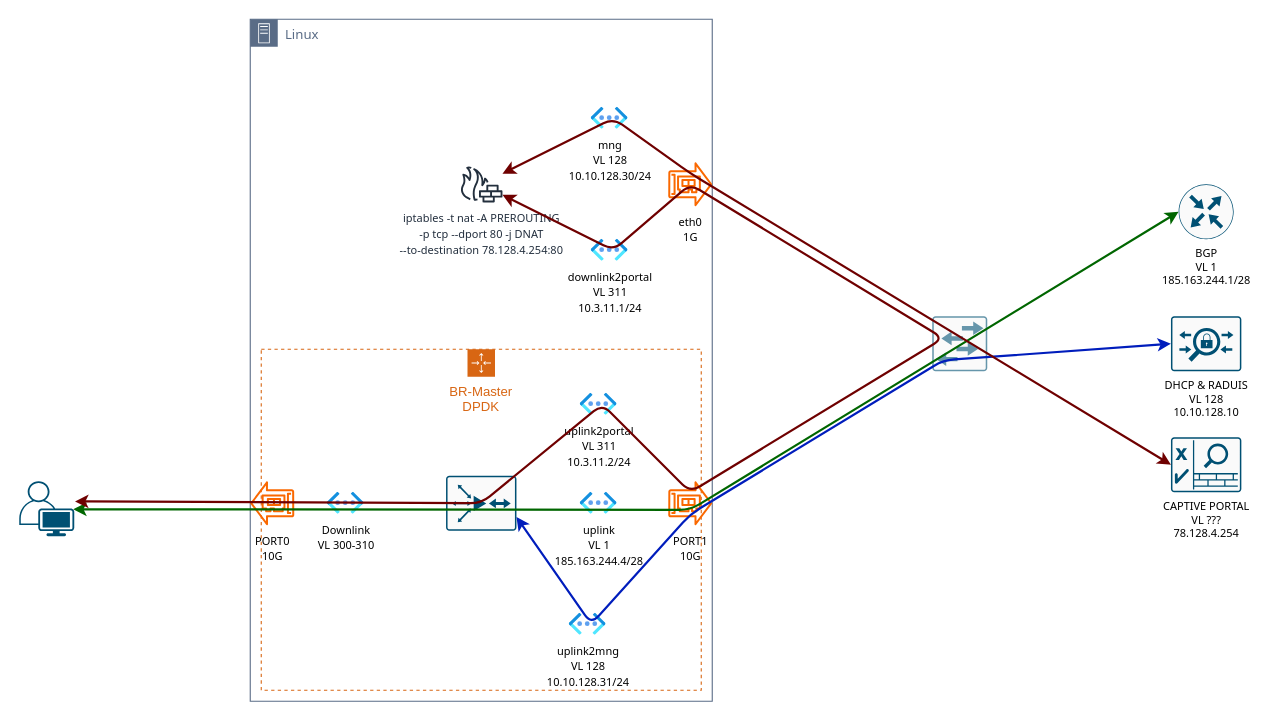
This is production plan.drawio from djok/bisonRouter, a draw.io file, before an edit. Source tidied: cells renumbered, new cells numbered last; positions are measured from the earlier drawing's top-left corner, leaving out a move shared by most shapes. Both pictures are drawn from the tidied source at 110%, with x=0, y=0 at pixel (19, 19).
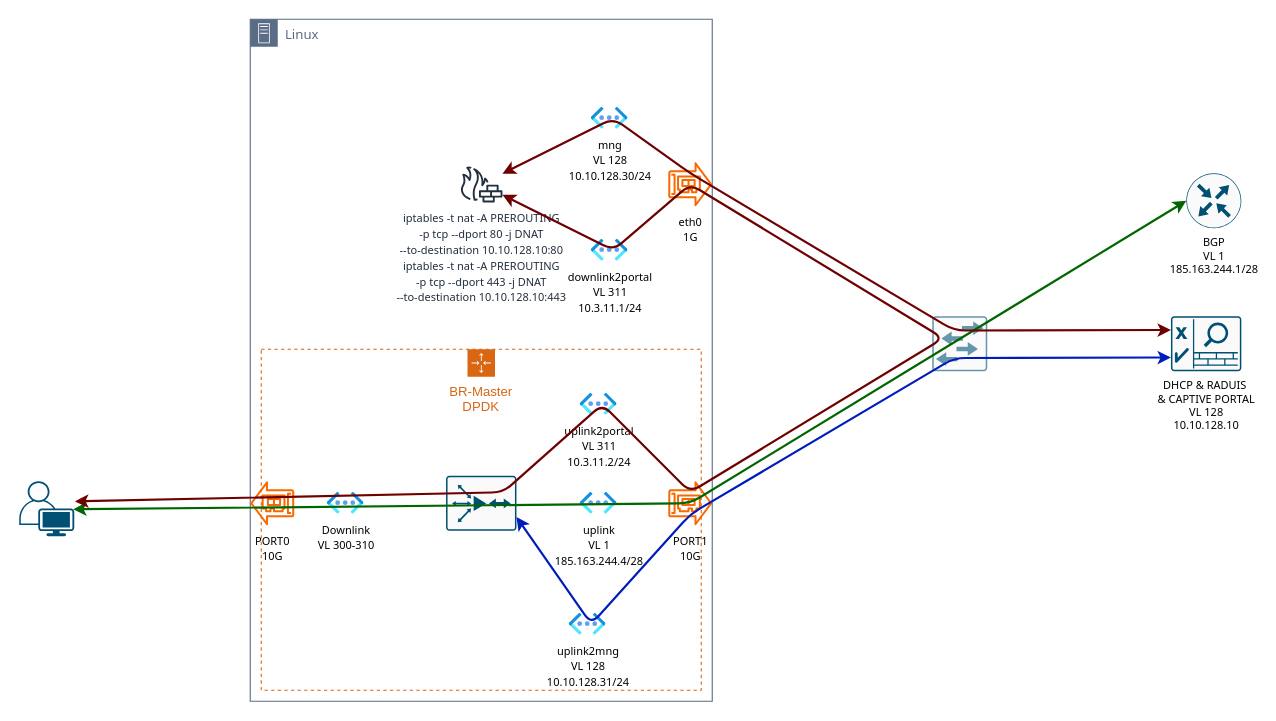
The same diagram, later.

The change refers to these unchanged cells:
```xml
<mxCell id="3" value="Linux" style="gradientColor=none;html=1;whiteSpace=wrap;fontSize=12;fontStyle=0;shape=mxgraph.aws4.group;grIcon=mxgraph.aws4.group_on_premise;strokeColor=#5A6C86;fillColor=none;verticalAlign=top;align=left;spacingLeft=30;fontColor=#5A6C86;dashed=0;labelBackgroundColor=none;fontFamily=Tahoma;" parent="1" vertex="1">
  <mxGeometry x="210" width="420" height="620" as="geometry" />
</mxCell>
<mxCell id="11" style="sketch=0;points=[[0.015,0.015,0],[0.985,0.015,0],[0.985,0.985,0],[0.015,0.985,0],[0.25,0,0],[0.5,0,0],[0.75,0,0],[1,0.25,0],[1,0.5,0],[1,0.75,0],[0.75,1,0],[0.5,1,0],[0.25,1,0],[0,0.75,0],[0,0.5,0],[0,0.25,0]];verticalLabelPosition=bottom;html=1;verticalAlign=top;align=center;shape=mxgraph.cisco19.rect;prIcon=router_with_firewall2;fillColor=#FAFAFA;strokeColor=#005073;labelBackgroundColor=none;fontFamily=Tahoma;fontSize=10;fontColor=#000000;" parent="4" vertex="1">
  <mxGeometry x="168" y="115" width="64" height="50" as="geometry" />
</mxCell>
<mxCell id="22" style="points=[[0.35,0,0],[0.98,0.51,0],[1,0.71,0],[0.67,1,0],[0,0.795,0],[0,0.65,0]];verticalLabelPosition=bottom;sketch=0;html=1;verticalAlign=top;align=center;shape=mxgraph.cisco19.user;fillColor=#005073;strokeColor=none;labelBackgroundColor=none;fontFamily=Tahoma;fontSize=10;fontColor=#000000;" parent="1" vertex="1">
  <mxGeometry y="420" width="50" height="50" as="geometry" />
</mxCell>
```

Change to the diagram source:
```diff
@@
-    <mxCell id="15" value="&lt;font style=&quot;font-size: 10px&quot;&gt;iptables -t nat -A PREROUTING &lt;br&gt;-p tcp --dport 80 -j DNAT &lt;br&gt;--to-destination 78.128.4.254:80&lt;/font&gt;" style="sketch=0;outlineConnect=0;fontColor=#232F3E;gradientColor=none;fillColor=#232F3D;strokeColor=none;dashed=0;verticalLabelPosition=bottom;verticalAlign=top;align=center;html=1;fontSize=12;fontStyle=0;shape=mxgraph.aws4.generic_firewall;labelBackgroundColor=none;fontFamily=Tahoma;" parent="3" vertex="1">
+    <mxCell id="15" value="&lt;font style=&quot;font-size: 10px&quot;&gt;iptables -t nat -A PREROUTING &lt;br&gt;-p tcp --dport 80 -j DNAT &lt;br&gt;--to-destination 10.10.128.10:80&lt;br&gt;iptables -t nat -A PREROUTING&lt;br&gt;-p tcp --dport 443 -j DNAT&lt;br&gt;--to-destination 10.10.128.10:443&lt;br&gt;&lt;/font&gt;" style="sketch=0;outlineConnect=0;fontColor=#232F3E;gradientColor=none;fillColor=#232F3D;strokeColor=none;dashed=0;verticalLabelPosition=bottom;verticalAlign=top;align=center;html=1;fontSize=12;fontStyle=0;shape=mxgraph.aws4.generic_firewall;labelBackgroundColor=none;fontFamily=Tahoma;" parent="3" vertex="1">
       <mxGeometry x="190.5" y="133.5" width="39" height="33" as="geometry" />
     </mxCell>
     <mxCell id="16" value="BGP&lt;br&gt;VL 1&lt;br&gt;185.163.244.1/28" style="sketch=0;points=[[0.5,0,0],[1,0.5,0],[0.5,1,0],[0,0.5,0],[0.145,0.145,0],[0.8555,0.145,0],[0.855,0.8555,0],[0.145,0.855,0]];verticalLabelPosition=bottom;html=1;verticalAlign=top;align=center;shape=mxgraph.cisco19.rect;prIcon=router;fillColor=#FAFAFA;strokeColor=#005073;labelBackgroundColor=none;fontFamily=Tahoma;fontSize=10;fontColor=#000000;" parent="1" vertex="1">
-      <mxGeometry x="1054" y="150" width="50" height="50" as="geometry" />
+      <mxGeometry x="1061" y="140" width="50" height="50" as="geometry" />
     </mxCell>
-    <mxCell id="17" value="DHCP &amp;amp; RADUIS&lt;br&gt;VL 128&lt;br&gt;10.10.128.10" style="sketch=0;points=[[0.015,0.015,0],[0.985,0.015,0],[0.985,0.985,0],[0.015,0.985,0],[0.25,0,0],[0.5,0,0],[0.75,0,0],[1,0.25,0],[1,0.5,0],[1,0.75,0],[0.75,1,0],[0.5,1,0],[0.25,1,0],[0,0.75,0],[0,0.5,0],[0,0.25,0]];verticalLabelPosition=bottom;html=1;verticalAlign=top;align=center;shape=mxgraph.cisco19.rect;prIcon=acs;fillColor=#FAFAFA;strokeColor=#005073;labelBackgroundColor=#FFFFFF;fontFamily=Tahoma;fontSize=10;fontColor=#000000;" parent="1" vertex="1">
-      <mxGeometry x="1047" y="270" width="64" height="50" as="geometry" />
-    </mxCell>
-    <mxCell id="18" value="CAPTIVE PORTAL&lt;br&gt;VL ???&lt;br&gt;78.128.4.254" style="sketch=0;points=[[0.015,0.015,0],[0.985,0.015,0],[0.985,0.985,0],[0.015,0.985,0],[0.25,0,0],[0.5,0,0],[0.75,0,0],[1,0.25,0],[1,0.5,0],[1,0.75,0],[0.75,1,0],[0.5,1,0],[0.25,1,0],[0,0.75,0],[0,0.5,0],[0,0.25,0]];verticalLabelPosition=bottom;html=1;verticalAlign=top;align=center;shape=mxgraph.cisco19.rect;prIcon=nac_appliance;fillColor=#FAFAFA;strokeColor=#005073;labelBackgroundColor=#FFFFFF;fontFamily=Tahoma;fontSize=10;fontColor=#000000;" parent="1" vertex="1">
-      <mxGeometry x="1047" y="380" width="64" height="50" as="geometry" />
+    <mxCell id="18" value="DHCP &amp;amp; RADUIS&amp;nbsp;&lt;br&gt;&amp;amp; CAPTIVE PORTAL&lt;br&gt;VL 128&lt;br&gt;10.10.128.10" style="sketch=0;points=[[0.015,0.015,0],[0.985,0.015,0],[0.985,0.985,0],[0.015,0.985,0],[0.25,0,0],[0.5,0,0],[0.75,0,0],[1,0.25,0],[1,0.5,0],[1,0.75,0],[0.75,1,0],[0.5,1,0],[0.25,1,0],[0,0.75,0],[0,0.5,0],[0,0.25,0]];verticalLabelPosition=bottom;html=1;verticalAlign=top;align=center;shape=mxgraph.cisco19.rect;prIcon=nac_appliance;fillColor=#FAFAFA;strokeColor=#005073;labelBackgroundColor=#FFFFFF;fontFamily=Tahoma;fontSize=10;fontColor=#000000;" parent="1" vertex="1">
+      <mxGeometry x="1047" y="270" width="64" height="50" as="geometry" />
     </mxCell>
     <mxCell id="19" style="edgeStyle=none;html=1;fontFamily=Tahoma;fontSize=10;fontColor=#000000;startArrow=classic;startFill=1;strokeColor=#006600;strokeWidth=2;entryX=0;entryY=0.5;entryDx=0;entryDy=0;entryPerimeter=0;exitX=0.98;exitY=0.51;exitDx=0;exitDy=0;exitPerimeter=0;" parent="1" edge="1" source="22" target="16">
       <mxGeometry relative="1" as="geometry">
         <Array as="points">
-          <mxPoint x="610" y="446" />
+          <mxPoint x="610" y="440" />
         </Array>
       </mxGeometry>
     </mxCell>
-    <mxCell id="20" style="edgeStyle=none;html=1;fontFamily=Tahoma;fontSize=10;fontColor=#000000;startArrow=classic;startFill=1;strokeColor=#001DBC;strokeWidth=2;fillColor=#0050ef;entryX=0;entryY=0.5;entryDx=0;entryDy=0;entryPerimeter=0;exitX=1;exitY=0.75;exitDx=0;exitDy=0;exitPerimeter=0;" parent="1" edge="1" source="11" target="17">
+    <mxCell id="20" style="edgeStyle=none;html=1;fontFamily=Tahoma;fontSize=10;fontColor=#000000;startArrow=classic;startFill=1;strokeColor=#001DBC;strokeWidth=2;fillColor=#0050ef;entryX=0;entryY=0.75;entryDx=0;entryDy=0;entryPerimeter=0;exitX=1;exitY=0.75;exitDx=0;exitDy=0;exitPerimeter=0;" parent="1" edge="1" source="11" target="18">
       <mxGeometry relative="1" as="geometry">
         <Array as="points">
           <mxPoint x="520" y="550" />
           <mxPoint x="610" y="450" />
-          <mxPoint x="840" y="310" />
+          <mxPoint x="850" y="308" />
         </Array>
       </mxGeometry>
     </mxCell>
-    <mxCell id="21" style="edgeStyle=none;html=1;entryX=0;entryY=0.5;entryDx=0;entryDy=0;entryPerimeter=0;fontFamily=Tahoma;fontSize=10;fontColor=#000000;startArrow=classic;startFill=1;strokeColor=#6F0000;strokeWidth=2;fillColor=#a20025;" parent="1" edge="1" source="15" target="18">
+    <mxCell id="21" style="edgeStyle=none;html=1;fontFamily=Tahoma;fontSize=10;fontColor=#000000;startArrow=classic;startFill=1;strokeColor=#6F0000;strokeWidth=2;fillColor=#a20025;entryX=0;entryY=0.25;entryDx=0;entryDy=0;entryPerimeter=0;" parent="1" edge="1" source="15" target="18">
       <mxGeometry relative="1" as="geometry">
         <Array as="points">
           <mxPoint x="540" y="90" />
           <mxPoint x="610" y="140" />
+          <mxPoint x="850" y="283" />
         </Array>
       </mxGeometry>
     </mxCell>
@@
     <mxCell id="23" style="edgeStyle=none;html=1;fontFamily=Tahoma;fontSize=10;fontColor=#000000;startArrow=classic;startFill=1;strokeColor=#6F0000;strokeWidth=2;fillColor=#a20025;exitX=1.014;exitY=0.366;exitDx=0;exitDy=0;exitPerimeter=0;" parent="1" edge="1" source="22" target="15">
       <mxGeometry relative="1" as="geometry">
         <Array as="points">
-          <mxPoint x="420" y="440" />
+          <mxPoint x="440" y="430" />
           <mxPoint x="530" y="350" />
           <mxPoint x="610" y="430" />
           <mxPoint x="840" y="290" />
           <mxPoint x="610" y="150" />
           <mxPoint x="540" y="210" />
         </Array>
       </mxGeometry>
     </mxCell>
```
